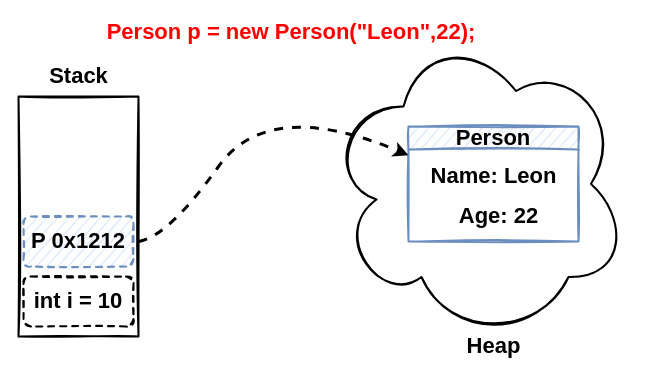
auula/draw.io keeps this draw.io diagram as jvm-stack-heap.drawio. Above is the earlier version. Source tidied: cells renumbered, new cells numbered last; positions are measured from the earlier drawing's top-left corner, leaving out a move shared by most shapes. Both pictures are drawn from the tidied source at 100%, with x=0, y=0 at pixel (18, 17).
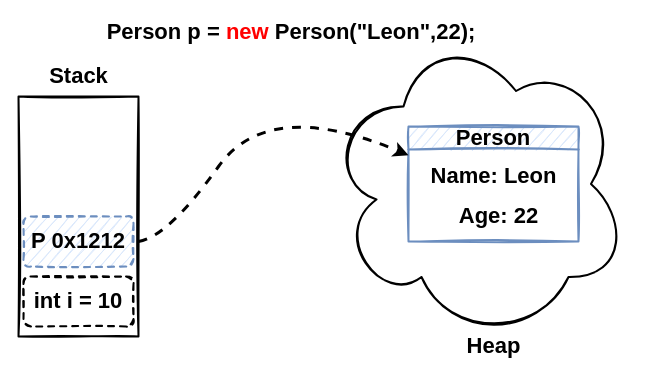
The same diagram, later.

Diff of the diagram source:
```diff
@@
 <mxGraphModel>
   <root>
     <mxCell id="0" />
     <mxCell id="1" parent="0" />
     <mxCell id="2" style="ellipse;shape=cloud;whiteSpace=wrap;html=1;sketch=1;strokeWidth=2;fontSize=22;" parent="1" vertex="1">
       <mxGeometry x="310" y="11.5" width="300" height="310" as="geometry" />
     </mxCell>
     <mxCell id="3" style="rounded=0;whiteSpace=wrap;html=1;strokeWidth=2;sketch=1;" parent="1" vertex="1">
       <mxGeometry y="79" width="120" height="240" as="geometry" />
     </mxCell>
     <mxCell id="4" value="&lt;span style=&quot;font-size: 22px;&quot;&gt;&lt;b&gt;int i = 10&lt;/b&gt;&lt;/span&gt;" style="rounded=1;whiteSpace=wrap;html=1;sketch=1;strokeWidth=2;dashed=1;" parent="1" vertex="1">
       <mxGeometry x="5" y="259" width="110" height="50" as="geometry" />
     </mxCell>
     <mxCell id="5" value="&lt;span style=&quot;font-size: 22px;&quot;&gt;&lt;b&gt;P 0x1212&lt;/b&gt;&lt;/span&gt;" style="rounded=1;whiteSpace=wrap;html=1;sketch=1;strokeWidth=2;dashed=1;fillColor=#dae8fc;strokeColor=#6c8ebf;" parent="1" vertex="1">
       <mxGeometry x="5" y="199" width="110" height="50" as="geometry" />
     </mxCell>
     <mxCell id="6" value="&lt;b&gt;Stack&lt;/b&gt;" style="text;html=1;align=center;verticalAlign=middle;strokeColor=none;fillColor=none;fontSize=22;" parent="1" vertex="1">
       <mxGeometry x="20" y="39" width="80" height="40" as="geometry" />
     </mxCell>
     <mxCell id="7" value="Person" style="swimlane;whiteSpace=wrap;html=1;sketch=1;strokeWidth=2;fontSize=22;fillColor=#dae8fc;strokeColor=#6c8ebf;" parent="1" vertex="1">
       <mxGeometry x="390" y="109" width="170" height="115" as="geometry" />
     </mxCell>
     <mxCell id="8" value="&lt;b&gt;Name: Leon&lt;/b&gt;" style="text;html=1;align=center;verticalAlign=middle;strokeColor=none;fillColor=none;fontSize=22;sketch=1;strokeWidth=2;" parent="7" vertex="1">
       <mxGeometry x="10" y="30" width="150" height="40" as="geometry" />
     </mxCell>
     <mxCell id="9" value="&lt;b&gt;Age: 22&lt;/b&gt;" style="text;html=1;align=center;verticalAlign=middle;strokeColor=none;fillColor=none;fontSize=22;" parent="7" vertex="1">
       <mxGeometry x="40" y="70" width="100" height="40" as="geometry" />
     </mxCell>
     <mxCell id="10" value="&lt;b&gt;Heap&lt;/b&gt;" style="text;html=1;align=center;verticalAlign=middle;strokeColor=none;fillColor=none;fontSize=22;" parent="1" vertex="1">
       <mxGeometry x="435" y="309" width="80" height="40" as="geometry" />
     </mxCell>
     <mxCell id="11" style="curved=1;endArrow=classic;html=1;rounded=0;fontSize=22;entryX=0;entryY=0.25;entryDx=0;entryDy=0;strokeWidth=3;dashed=1;" parent="1" edge="1" target="7">
       <mxGeometry relative="1" as="geometry">
         <mxPoint x="120" y="224" as="sourcePoint" />
         <Array as="points">
           <mxPoint x="150" y="219" />
           <mxPoint x="250" y="79" />
         </Array>
       </mxGeometry>
     </mxCell>
-    <mxCell id="12" value="&lt;b&gt;&lt;font color=&quot;#ff0000&quot;&gt;Person p = new Person(&quot;Leon&quot;,22);&lt;/font&gt;&lt;/b&gt;" style="text;html=1;strokeColor=none;fillColor=none;align=center;verticalAlign=middle;whiteSpace=wrap;rounded=0;sketch=1;strokeWidth=2;fontSize=22;" parent="1" vertex="1">
+    <mxCell id="12" value="&lt;b&gt;Person p = &lt;font color=&quot;#ff0000&quot;&gt;new &lt;/font&gt;Person(&quot;Leon&quot;,22);&lt;/b&gt;" style="text;html=1;strokeColor=none;fillColor=none;align=center;verticalAlign=middle;whiteSpace=wrap;rounded=0;sketch=1;strokeWidth=2;fontSize=22;" parent="1" vertex="1">
       <mxGeometry x="80" width="386" height="30" as="geometry" />
     </mxCell>
   </root>
 </mxGraphModel>
```
